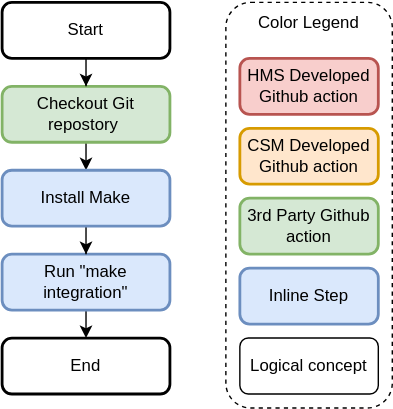
Above: docs/run_ct_test/run_ct_tests_job.svg in Cray-HPE/hms-build-image-workflows (draw.io), before the change. Source tidied: cells renumbered, new cells last; positions are measured from the earlier drawing's top-left corner, leaving out a move shared by most shapes.
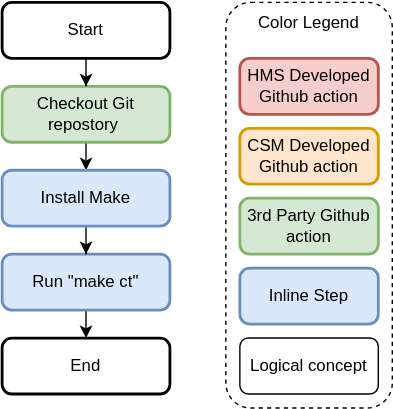
The same file after the commit.

What changed in the source:
```diff
@@ -19,7 +19,7 @@
     <mxCell id="6" style="edgeStyle=orthogonalEdgeStyle;rounded=0;jettySize=auto;html=1;exitX=0.5;exitY=1;exitDx=0;exitDy=0;entryX=0.5;entryY=0;entryDx=0;entryDy=0;" parent="1" edge="1" source="7" target="10">
       <mxGeometry relative="1" as="geometry" />
     </mxCell>
-    <mxCell id="7" value="Run &quot;make integration&quot;" style="rounded=1;whiteSpace=wrap;html=1;absoluteArcSize=1;arcSize=14;strokeWidth=2;fillColor=#dae8fc;strokeColor=#6c8ebf;" parent="1" vertex="1">
+    <mxCell id="7" value="Run &quot;make ct&quot;" style="rounded=1;whiteSpace=wrap;html=1;absoluteArcSize=1;arcSize=14;strokeWidth=2;fillColor=#dae8fc;strokeColor=#6c8ebf;" parent="1" vertex="1">
       <mxGeometry y="180" width="120" height="40" as="geometry" />
     </mxCell>
     <mxCell id="8" style="edgeStyle=orthogonalEdgeStyle;rounded=0;jettySize=auto;html=1;exitX=0.5;exitY=1;exitDx=0;exitDy=0;" parent="1" edge="1" source="9" target="7">
```
